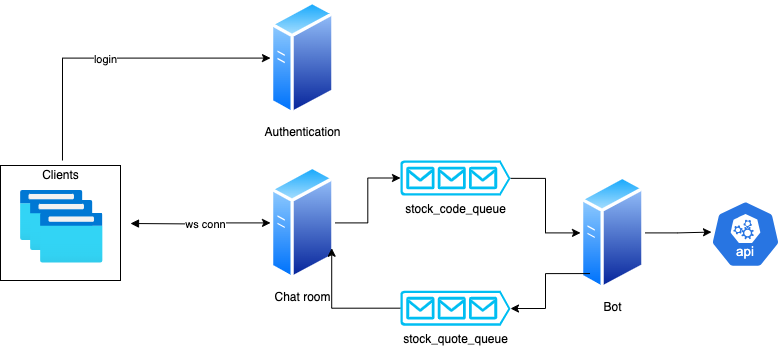
The draw.io diagram docs/images/application-architecture.png in ivofreitas/chat, before a commit. Source tidied: cells renumbered, new cells last; positions are measured from the earlier drawing's top-left corner, leaving out a move shared by most shapes. Its diagram source:
```xml
<mxGraphModel>
  <root>
    <mxCell id="0" />
    <mxCell id="1" parent="0" />
    <mxCell id="2" style="edgeStyle=orthogonalEdgeStyle;rounded=0;jettySize=auto;html=1;entryX=0;entryY=0.5;entryDx=0;entryDy=0;startArrow=block;startFill=1;" parent="1" edge="1" target="9">
      <mxGeometry relative="1" as="geometry">
        <mxPoint x="130" y="223" as="sourcePoint" />
      </mxGeometry>
    </mxCell>
    <mxCell id="3" value="ws conn" style="edgeLabel;html=1;align=center;verticalAlign=middle;" parent="2" vertex="1">
      <mxGeometry x="-0.19" y="3" relative="1" as="geometry">
        <mxPoint x="17" y="3" as="offset" />
      </mxGeometry>
    </mxCell>
    <mxCell id="4" style="edgeStyle=orthogonalEdgeStyle;rounded=0;jettySize=auto;html=1;exitX=0.533;exitY=0;exitDx=0;exitDy=0;entryX=0;entryY=0.5;entryDx=0;entryDy=0;exitPerimeter=0;" parent="1" edge="1" source="8" target="21">
      <mxGeometry relative="1" as="geometry" />
    </mxCell>
    <mxCell id="5" value="login" style="edgeLabel;html=1;align=center;verticalAlign=middle;" parent="4" vertex="1">
      <mxGeometry x="-0.07" relative="1" as="geometry">
        <mxPoint y="1" as="offset" />
      </mxGeometry>
    </mxCell>
    <mxCell id="6" style="rounded=0;whiteSpace=wrap;html=1;" parent="1" vertex="1">
      <mxGeometry y="165" width="120" height="115" as="geometry" />
    </mxCell>
    <mxCell id="7" style="image;html=1;align=center;fontSize=12;image=img/lib/azure2/general/Browser.svg;" parent="1" vertex="1">
      <mxGeometry x="20" y="190" width="62.5" height="50" as="geometry" />
    </mxCell>
    <mxCell id="8" value="Clients" style="text;html=1;align=center;verticalAlign=middle;points=[];strokeColor=none;fillColor=none;" parent="1" vertex="1">
      <mxGeometry x="30" y="160" width="60" height="30" as="geometry" />
    </mxCell>
    <mxCell id="9" value="Chat room" style="image;perimeter=ellipsePerimeter;html=1;align=center;shadow=0;dashed=0;spacingTop=3;image=img/lib/active_directory/generic_server.svg;" parent="1" vertex="1">
      <mxGeometry x="270" y="164.8" width="64.5" height="115.2" as="geometry" />
    </mxCell>
    <mxCell id="10" style="image;html=1;align=center;fontSize=12;image=img/lib/azure2/general/Browser.svg;" parent="1" vertex="1">
      <mxGeometry x="30" y="200" width="62.5" height="50" as="geometry" />
    </mxCell>
    <mxCell id="11" style="image;html=1;align=center;fontSize=12;image=img/lib/azure2/general/Browser.svg;" parent="1" vertex="1">
      <mxGeometry x="40" y="212.5" width="62.5" height="50" as="geometry" />
    </mxCell>
    <mxCell id="12" value="Bot" style="image;perimeter=ellipsePerimeter;html=1;align=center;shadow=0;dashed=0;spacingTop=3;image=img/lib/active_directory/generic_server.svg;" parent="1" vertex="1">
      <mxGeometry x="580" y="174.8" width="64.5" height="115.2" as="geometry" />
    </mxCell>
    <mxCell id="13" style="edgeStyle=orthogonalEdgeStyle;rounded=0;jettySize=auto;html=1;exitX=1;exitY=0.51;exitDx=0;exitDy=0;exitPerimeter=0;entryX=0;entryY=0.5;entryDx=0;entryDy=0;" parent="1" edge="1" source="14" target="12">
      <mxGeometry relative="1" as="geometry" />
    </mxCell>
    <mxCell id="14" value="stock_code_queue&lt;div&gt;&lt;br&gt;&lt;/div&gt;" style="verticalLabelPosition=bottom;html=1;verticalAlign=top;align=center;strokeColor=none;fillColor=#00BEF2;shape=mxgraph.azure.queue_generic;" parent="1" vertex="1">
      <mxGeometry x="400" y="160" width="110" height="35" as="geometry" />
    </mxCell>
    <mxCell id="15" style="edgeStyle=orthogonalEdgeStyle;rounded=0;jettySize=auto;html=1;exitX=1;exitY=0.5;exitDx=0;exitDy=0;entryX=0;entryY=0.5;entryDx=0;entryDy=0;entryPerimeter=0;" parent="1" edge="1" source="9" target="14">
      <mxGeometry relative="1" as="geometry" />
    </mxCell>
    <mxCell id="16" style="edgeStyle=orthogonalEdgeStyle;rounded=0;jettySize=auto;html=1;exitX=0;exitY=0.5;exitDx=0;exitDy=0;exitPerimeter=0;entryX=1;entryY=0.75;entryDx=0;entryDy=0;" parent="1" edge="1" source="17" target="9">
      <mxGeometry relative="1" as="geometry" />
    </mxCell>
    <mxCell id="17" value="stock_quote_queue&lt;div&gt;&lt;br&gt;&lt;/div&gt;" style="verticalLabelPosition=bottom;html=1;verticalAlign=top;align=center;strokeColor=none;fillColor=#00BEF2;shape=mxgraph.azure.queue_generic;" parent="1" vertex="1">
      <mxGeometry x="400" y="290.2" width="110" height="35" as="geometry" />
    </mxCell>
    <mxCell id="18" style="edgeStyle=orthogonalEdgeStyle;rounded=0;jettySize=auto;html=1;exitX=0;exitY=1;exitDx=0;exitDy=0;entryX=1;entryY=0.51;entryDx=0;entryDy=0;entryPerimeter=0;" parent="1" edge="1" source="12" target="17">
      <mxGeometry relative="1" as="geometry" />
    </mxCell>
    <mxCell id="19" style="sketch=0;html=1;dashed=0;whitespace=wrap;verticalLabelPosition=bottom;verticalAlign=top;fillColor=#2875E2;strokeColor=#ffffff;points=[[0.005,0.63,0],[0.1,0.2,0],[0.9,0.2,0],[0.5,0,0],[0.995,0.63,0],[0.72,0.99,0],[0.5,1,0],[0.28,0.99,0]];shape=mxgraph.kubernetes.icon2;kubernetesLabel=1;prIcon=api;" parent="1" vertex="1">
      <mxGeometry x="710" y="200" width="70" height="67.2" as="geometry" />
    </mxCell>
    <mxCell id="20" style="edgeStyle=orthogonalEdgeStyle;rounded=0;jettySize=auto;html=1;exitX=1;exitY=0.5;exitDx=0;exitDy=0;entryX=0.014;entryY=0.47;entryDx=0;entryDy=0;entryPerimeter=0;" parent="1" edge="1" source="12" target="19">
      <mxGeometry relative="1" as="geometry" />
    </mxCell>
    <mxCell id="21" value="Authentication" style="image;perimeter=ellipsePerimeter;html=1;align=center;shadow=0;dashed=0;spacingTop=3;image=img/lib/active_directory/generic_server.svg;" parent="1" vertex="1">
      <mxGeometry x="270" width="64.5" height="115.2" as="geometry" />
    </mxCell>
  </root>
</mxGraphModel>
```
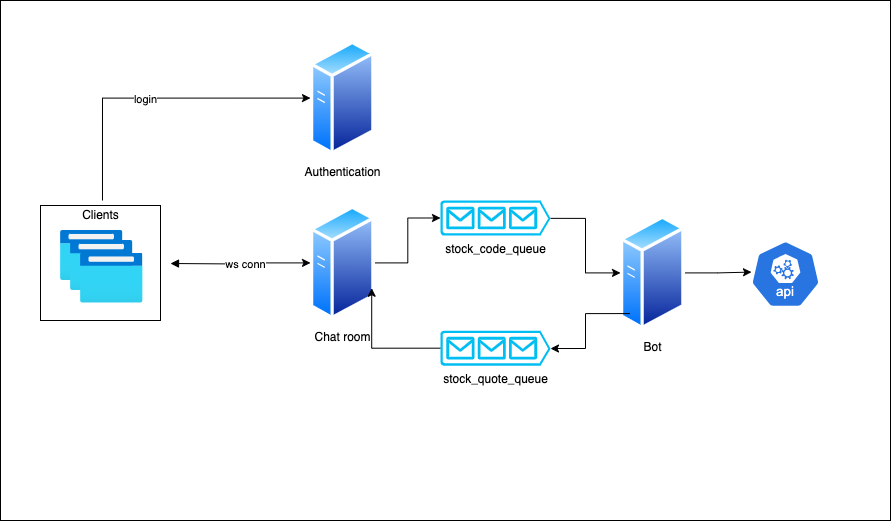
After the commit.

Diff of the diagram source:
```diff
@@ -2,6 +2,9 @@
   <root>
     <mxCell id="0" />
     <mxCell id="1" parent="0" />
+    <mxCell id="22" style="rounded=0;whiteSpace=wrap;html=1;" parent="1" vertex="1">
+      <mxGeometry x="-40" y="-40" width="890" height="520" as="geometry" />
+    </mxCell>
     <mxCell id="2" style="edgeStyle=orthogonalEdgeStyle;rounded=0;jettySize=auto;html=1;entryX=0;entryY=0.5;entryDx=0;entryDy=0;startArrow=block;startFill=1;" parent="1" edge="1" target="9">
       <mxGeometry relative="1" as="geometry">
         <mxPoint x="130" y="223" as="sourcePoint" />
```
